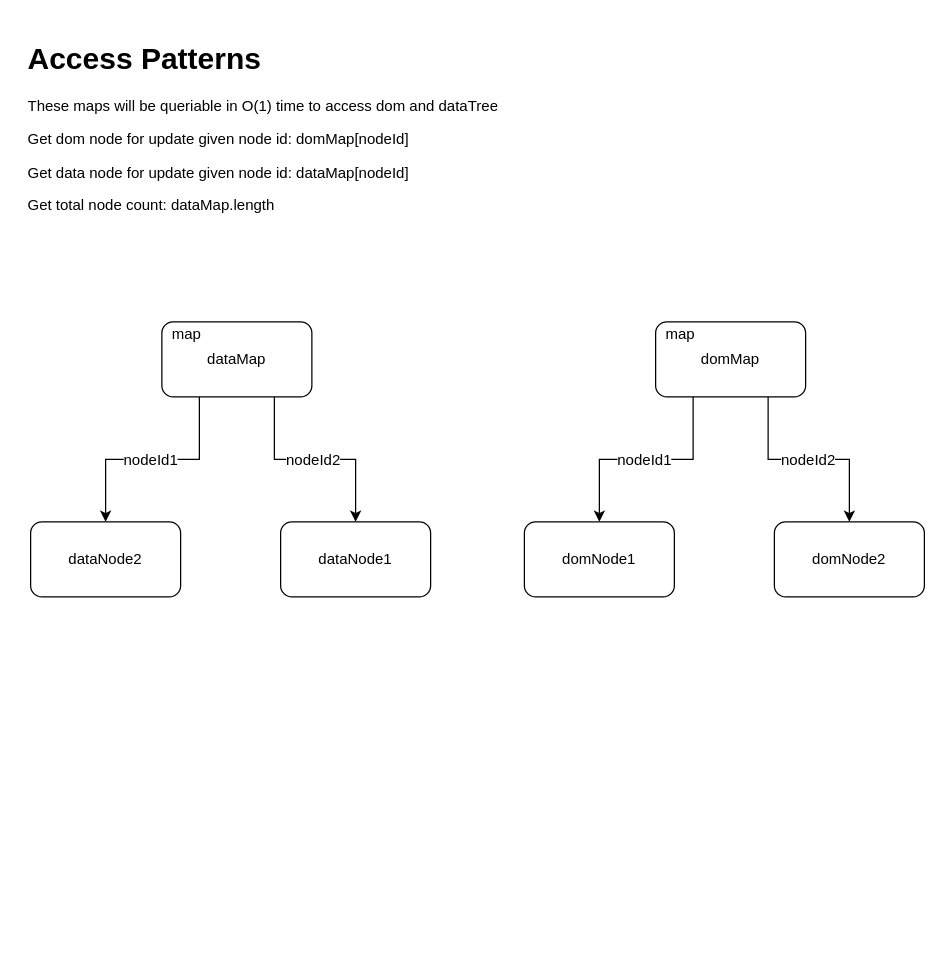
This is diagrams/cacheMaps.drawio from msdrigg/meaningful-forks, a draw.io file, before an edit. Source tidied: cells renumbered, new cells numbered last; positions are measured from the earlier drawing's top-left corner, leaving out a move shared by most shapes. Both pictures are drawn from the tidied source at 125%, with x=0, y=0 at pixel (21, 34).
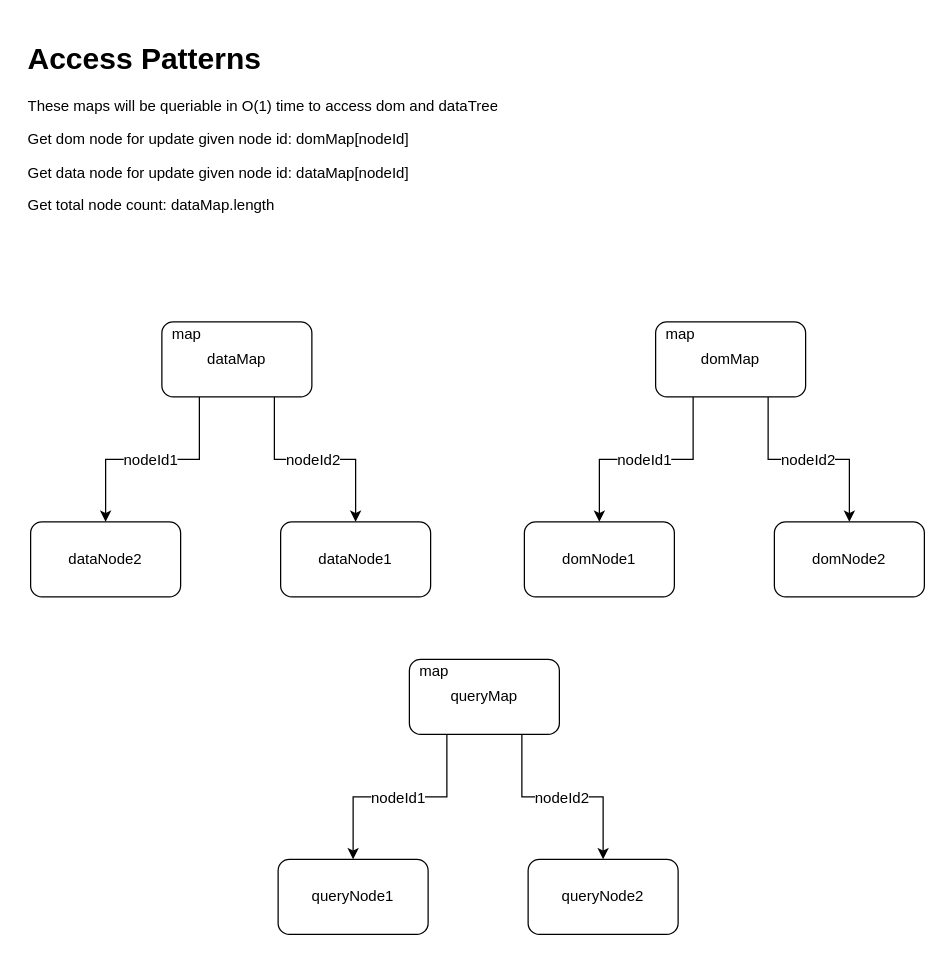
The same diagram, later.

Commit message (it also covers changes not shown here):
Adding files of diagrams and logic

Diff of the diagram source:
```diff
@@
+    <mxCell id="19" style="edgeStyle=orthogonalEdgeStyle;rounded=0;jettySize=auto;html=1;exitX=0.25;exitY=1;exitDx=0;exitDy=0;entryX=0.5;entryY=0;entryDx=0;entryDy=0;" parent="1" edge="1" source="23" target="24">
+      <mxGeometry relative="1" as="geometry">
+        <Array as="points">
+          <mxPoint x="340" y="610" />
+          <mxPoint x="265" y="610" />
+        </Array>
+      </mxGeometry>
+    </mxCell>
+    <mxCell id="20" value="nodeId1" style="text;html=1;align=center;verticalAlign=middle;labelBackgroundColor=#ffffff;" parent="19" vertex="1">
+      <mxGeometry x="0.11" y="1" relative="1" as="geometry">
+        <mxPoint x="7" y="-1" as="offset" />
+      </mxGeometry>
+    </mxCell>
+    <mxCell id="21" style="edgeStyle=orthogonalEdgeStyle;rounded=0;jettySize=auto;html=1;exitX=0.75;exitY=1;exitDx=0;exitDy=0;entryX=0.5;entryY=0;entryDx=0;entryDy=0;" parent="1" edge="1" source="23" target="25">
+      <mxGeometry relative="1" as="geometry">
+        <Array as="points">
+          <mxPoint x="400" y="610" />
+          <mxPoint x="465" y="610" />
+        </Array>
+      </mxGeometry>
+    </mxCell>
+    <mxCell id="22" value="nodeId2" style="text;html=1;align=center;verticalAlign=middle;labelBackgroundColor=#ffffff;" parent="21" vertex="1">
+      <mxGeometry x="-0.27" y="1" relative="1" as="geometry">
+        <mxPoint x="21" y="1" as="offset" />
+      </mxGeometry>
+    </mxCell>
+    <mxCell id="23" value="queryMap" style="rounded=1;whiteSpace=wrap;html=1;" parent="1" vertex="1">
+      <mxGeometry x="310" y="500" width="120" height="60" as="geometry" />
+    </mxCell>
+    <mxCell id="24" value="queryNode1" style="rounded=1;whiteSpace=wrap;html=1;" parent="1" vertex="1">
+      <mxGeometry x="205" y="660" width="120" height="60" as="geometry" />
+    </mxCell>
+    <mxCell id="25" value="queryNode2" style="rounded=1;whiteSpace=wrap;html=1;" parent="1" vertex="1">
+      <mxGeometry x="405" y="660" width="120" height="60" as="geometry" />
+    </mxCell>
+    <mxCell id="26" value="map" style="text;html=1;strokeColor=none;fillColor=none;align=center;verticalAlign=middle;whiteSpace=wrap;rounded=0;" parent="1" vertex="1">
+      <mxGeometry x="310" y="500" width="40" height="20" as="geometry" />
+    </mxCell>
```
